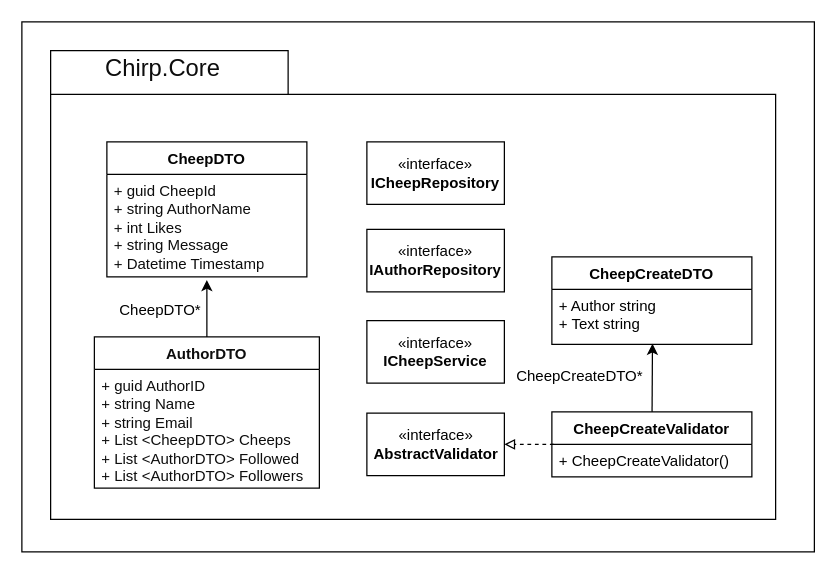
The draw.io diagram docs/diagrams/PackagesUMLClassDiagrams/PackageCoreUMLDiagram.drawio in ITU-BDSA23-GROUP4/Chirp, before the edit. Source tidied: cells renumbered, new cells numbered last; positions are measured from the earlier drawing's top-left corner, leaving out a move shared by most shapes. Both pictures are drawn from the tidied source at 125%, with x=0, y=0 at pixel (21, 21).
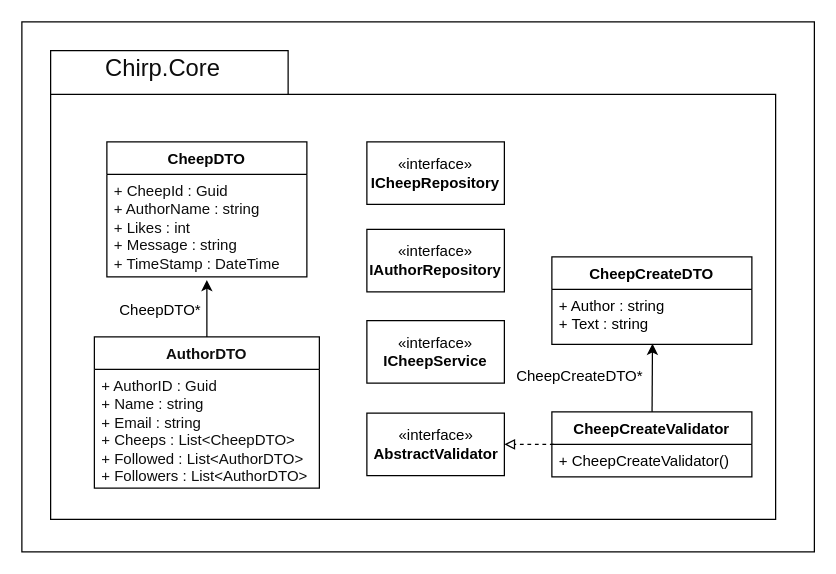
After the change.

Commit message (it also covers changes not shown here):
Inserted updated UML  Diagrams. Deleted out of data, unused package diagram.

Unchanged cells that the change refers to:
```xml
<mxCell id="4" value="&lt;font color=&quot;#030303&quot;&gt;CheepDTO&lt;/font&gt;" style="swimlane;fontStyle=1;align=center;verticalAlign=top;horizontal=1;startSize=26;whiteSpace=wrap;html=1;strokeColor=#000000;fillColor=none;" parent="1" vertex="1">
  <mxGeometry x="68" y="96" width="160" height="108" as="geometry" />
</mxCell>
<mxCell id="6" value="&lt;font color=&quot;#0d0d0d&quot;&gt;AuthorDTO&lt;/font&gt;" style="swimlane;fontStyle=1;align=center;verticalAlign=top;horizontal=1;startSize=26;whiteSpace=wrap;html=1;fillColor=none;strokeWidth=1;strokeColor=#030303;" parent="1" vertex="1">
  <mxGeometry x="58" y="252" width="180" height="121" as="geometry" />
</mxCell>
<mxCell id="9" value="&lt;font color=&quot;#000000&quot;&gt;CheepCreateDTO&lt;/font&gt;" style="swimlane;fontStyle=1;align=center;verticalAlign=top;horizontal=1;startSize=26;whiteSpace=wrap;html=1;strokeColor=#000000;fillColor=none;" parent="1" vertex="1">
  <mxGeometry x="424" y="188" width="160" height="70" as="geometry" />
</mxCell>
```

What changed in the source:
```diff
@@
-    <mxCell id="5" value="&lt;font color=&quot;#0d0d0d&quot;&gt;+ guid CheepId&lt;br&gt;+ string AuthorName&lt;br&gt;+ int Likes&lt;br&gt;+ string Message&lt;br&gt;+ Datetime Timestamp&lt;/font&gt;" style="text;strokeColor=none;fillColor=none;align=left;verticalAlign=top;spacingLeft=4;spacingRight=4;overflow=hidden;points=[[0,0.5],[1,0.5]];portConstraint=eastwest;whiteSpace=wrap;html=1;" parent="4" vertex="1">
+    <mxCell id="5" value="&lt;font color=&quot;#0d0d0d&quot;&gt;+ CheepId : Guid&lt;br&gt;+ AuthorName : string&lt;br&gt;+ Likes : int&lt;br&gt;+ Message : string&lt;br&gt;+ TimeStamp :&amp;nbsp;&lt;/font&gt;&lt;span style=&quot;color: rgb(13, 13, 13);&quot;&gt;DateTime&lt;/span&gt;" style="text;strokeColor=none;fillColor=none;align=left;verticalAlign=top;spacingLeft=4;spacingRight=4;overflow=hidden;points=[[0,0.5],[1,0.5]];portConstraint=eastwest;whiteSpace=wrap;html=1;" parent="4" vertex="1">
       <mxGeometry y="26" width="160" height="82" as="geometry" />
     </mxCell>
@@
-    <mxCell id="7" value="&lt;font color=&quot;#0d0d0d&quot;&gt;+ guid AuthorID&lt;br&gt;+ string Name&lt;br&gt;+ string Email&lt;br&gt;+ List &amp;lt;CheepDTO&amp;gt; Cheeps&lt;br&gt;+ List &amp;lt;AuthorDTO&amp;gt; Followed&lt;br&gt;+ List &amp;lt;AuthorDTO&amp;gt; Followers&lt;br&gt;&lt;/font&gt;" style="text;strokeColor=none;fillColor=none;align=left;verticalAlign=top;spacingLeft=4;spacingRight=4;overflow=hidden;whiteSpace=wrap;html=1;" parent="6" vertex="1">
+    <mxCell id="7" value="&lt;font color=&quot;#0d0d0d&quot;&gt;+ AuthorID : Guid&lt;br&gt;+ Name : string&lt;br&gt;+ Email : string&lt;br&gt;+ Cheeps :&amp;nbsp;&lt;/font&gt;&lt;span style=&quot;color: rgb(13, 13, 13);&quot;&gt;List&amp;lt;CheepDTO&amp;gt;&lt;/span&gt;&lt;font color=&quot;#0d0d0d&quot;&gt;&lt;br&gt;+ Followed :&amp;nbsp;&lt;/font&gt;&lt;span style=&quot;color: rgb(13, 13, 13);&quot;&gt;List&amp;lt;AuthorDTO&amp;gt;&lt;/span&gt;&lt;font color=&quot;#0d0d0d&quot;&gt;&lt;br&gt;+ Followers :&amp;nbsp;&lt;/font&gt;&lt;span style=&quot;color: rgb(13, 13, 13);&quot;&gt;List&amp;lt;AuthorDTO&amp;gt;&lt;/span&gt;&lt;font color=&quot;#0d0d0d&quot;&gt;&lt;br&gt;&lt;/font&gt;" style="text;strokeColor=none;fillColor=none;align=left;verticalAlign=top;spacingLeft=4;spacingRight=4;overflow=hidden;whiteSpace=wrap;html=1;" parent="6" vertex="1">
       <mxGeometry y="26" width="180" height="95" as="geometry" />
     </mxCell>
@@
-    <mxCell id="10" value="&lt;font color=&quot;#000000&quot;&gt;+ Author string&lt;br&gt;+ Text string&lt;/font&gt;" style="text;strokeColor=none;fillColor=none;align=left;verticalAlign=top;spacingLeft=4;spacingRight=4;overflow=hidden;points=[[0,0.5],[1,0.5]];portConstraint=eastwest;whiteSpace=wrap;html=1;" parent="9" vertex="1">
+    <mxCell id="10" value="&lt;font color=&quot;#000000&quot;&gt;+ Author : string&lt;br&gt;+ Text : string&lt;/font&gt;" style="text;strokeColor=none;fillColor=none;align=left;verticalAlign=top;spacingLeft=4;spacingRight=4;overflow=hidden;points=[[0,0.5],[1,0.5]];portConstraint=eastwest;whiteSpace=wrap;html=1;" parent="9" vertex="1">
       <mxGeometry y="26" width="160" height="44" as="geometry" />
     </mxCell>
```
